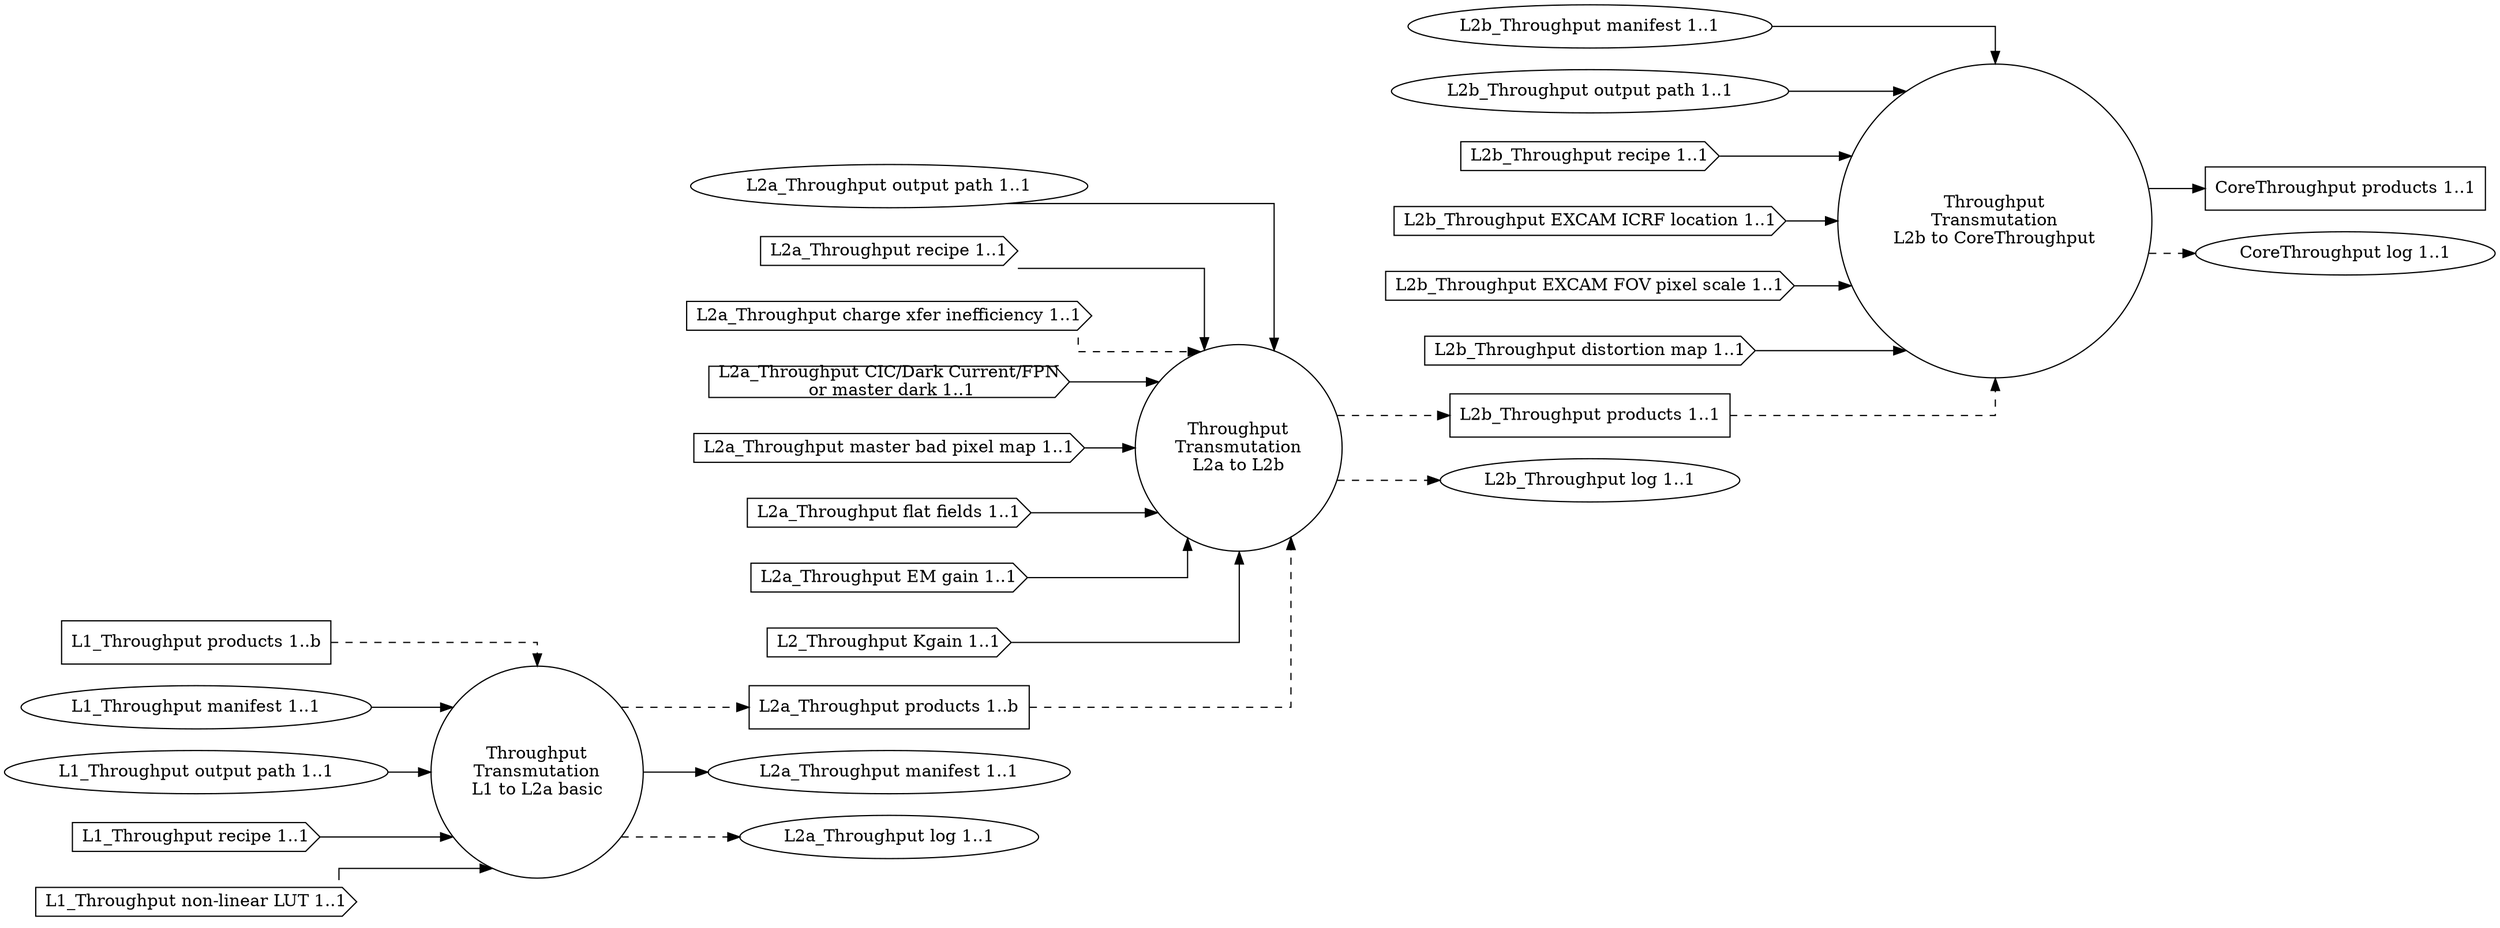
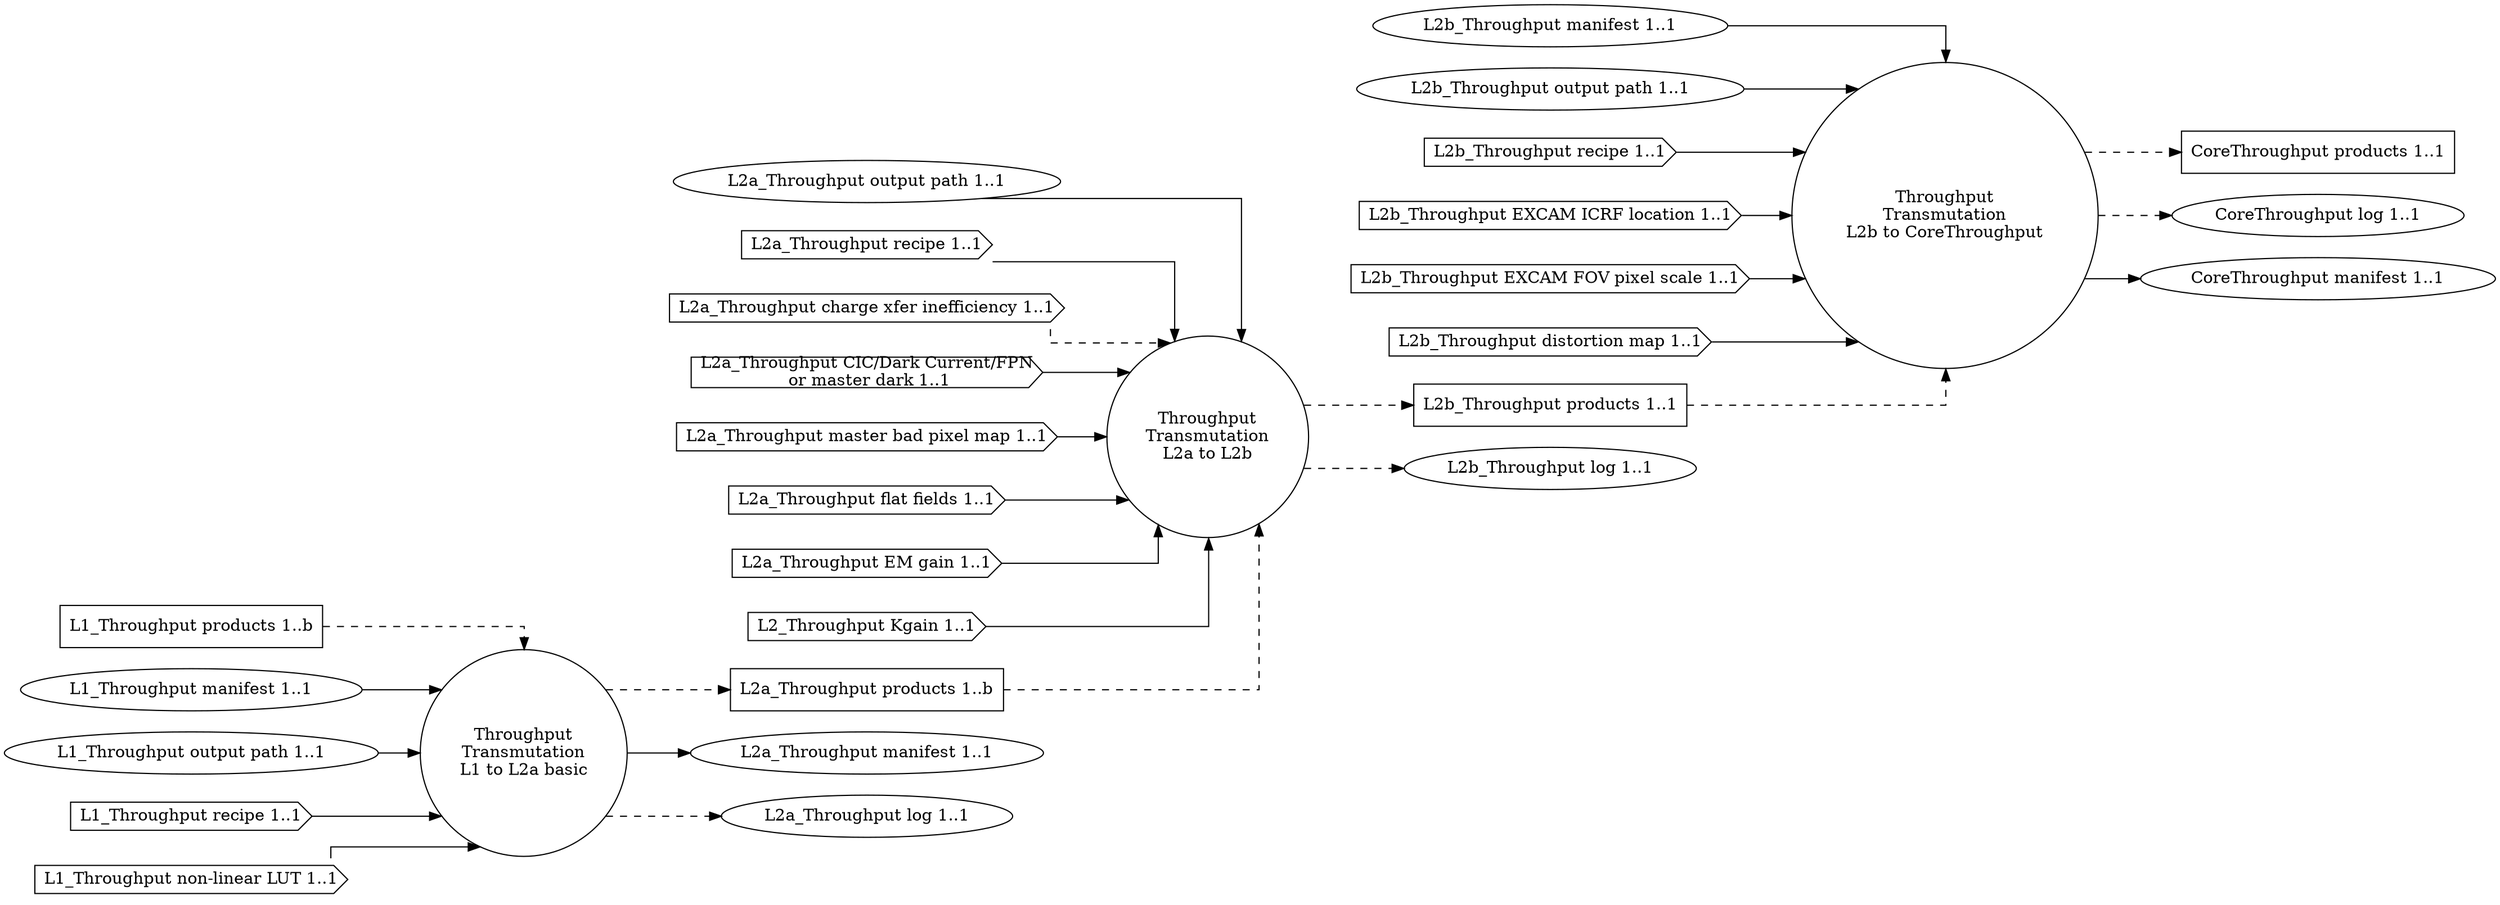
digraph Throughput
{
  graph [splines="ortho", rankdir=LR];

  trans_tp_l1_l2a_basic [label="Throughput\nTransmutation\nL1 to L2a basic", shape="circle"];
  trans_tp_l2a_l2b [label="Throughput\nTransmutation\nL2a to L2b", shape="circle"];
  trans_tp_l2b_ctp [label="Throughput\nTransmutation\nL2b to CoreThroughput", shape="circle"];

  l1_tp_prod [label="L1_Throughput products 1..b", shape="rectangle"];
  l1_tp_man [label="L1_Throughput manifest 1..1", shape="ellipse"];
  l1_tp_odir [label="L1_Throughput output path 1..1", shape="ellipse"];
  l1_tp_rec [label="L1_Throughput recipe 1..1", shape="cds"];
  l1_tp_nllut [label="L1_Throughput non-linear LUT 1..1", shape="cds"];

  l2a_tp_prod [label="L2a_Throughput products 1..b", shape="rectangle"];
  l2a_tp_man [label="L2a_Throughput manifest 1..1", shape="ellipse"];
  l2a_tp_odir [label="L2a_Throughput output path 1..1", shape="ellipse"];
  l2a_tp_rec [label="L2a_Throughput recipe 1..1", shape="cds"];
  l2a_tp_cti [label="L2a_Throughput charge xfer inefficiency 1..1", shape="cds"];
  l2a_tp_dnb [label="L2a_Throughput CIC/Dark Current/FPN\n or master dark 1..1", shape="cds"];
  l2a_tp_mbpm [label="L2a_Throughput master bad pixel map 1..1", shape="cds"];
  l2a_tp_ff [label="L2a_Throughput flat fields 1..1", shape="cds"];
  l2a_tp_emg [label="L2a_Throughput EM gain 1..1", shape="cds"];
  l2a_tp_kgain [label="L2_Throughput Kgain 1..1", shape="cds"];
  l2a_tp_log [label="L2a_Throughput log 1..1", shape="ellipse"];

  l2b_tp_prod [label="L2b_Throughput products 1..1", shape="rectangle"];
  l2b_tp_man [label="L2b_Throughput manifest 1..1", shape="ellipse"];
  l2b_tp_odir [label="L2b_Throughput output path 1..1", shape="ellipse"];
  l2b_tp_rec [label="L2b_Throughput recipe 1..1", shape="cds"];
  l2b_tp_excicrf [label="L2b_Throughput EXCAM ICRF location 1..1", shape="cds"];
  l2b_tp_excfovps [label="L2b_Throughput EXCAM FOV pixel scale 1..1", shape="cds"];
  l2b_tp_distm [label="L2b_Throughput distortion map 1..1", shape="cds"];
  l2b_tp_log [label="L2b_Throughput log 1..1", shape="ellipse"];

  ctp_prod [label="CoreThroughput products 1..1", shape="rectangle"];
  ctp_log [label="CoreThroughput log 1..1", shape="ellipse"];
+   ctp_man [label="CoreThroughput manifest 1..1", shape="ellipse"];

  l1_tp_prod -> trans_tp_l1_l2a_basic [style="dashed"];
  l1_tp_man -> trans_tp_l1_l2a_basic;
  l1_tp_odir -> trans_tp_l1_l2a_basic;
  l1_tp_rec -> trans_tp_l1_l2a_basic;
  l1_tp_nllut -> trans_tp_l1_l2a_basic;

  trans_tp_l1_l2a_basic -> l2a_tp_prod [style="dashed"];
  trans_tp_l1_l2a_basic -> l2a_tp_man;
  trans_tp_l1_l2a_basic -> l2a_tp_log [style="dashed"];

  l2a_tp_prod -> trans_tp_l2a_l2b [style="dashed"];
  l2a_tp_kgain -> trans_tp_l2a_l2b;
  l2a_tp_odir -> trans_tp_l2a_l2b;
  l2a_tp_rec -> trans_tp_l2a_l2b;
  l2a_tp_cti -> trans_tp_l2a_l2b [style="dashed"];
  l2a_tp_dnb -> trans_tp_l2a_l2b;
  l2a_tp_mbpm -> trans_tp_l2a_l2b;
  l2a_tp_ff -> trans_tp_l2a_l2b;
  l2a_tp_emg -> trans_tp_l2a_l2b;

  trans_tp_l2a_l2b -> l2b_tp_prod [style="dashed"];
  trans_tp_l2a_l2b -> l2b_tp_log [style="dashed"];

  l2b_tp_prod -> trans_tp_l2b_ctp [style="dashed"];
  l2b_tp_man -> trans_tp_l2b_ctp;
  l2b_tp_odir -> trans_tp_l2b_ctp;
  l2b_tp_rec -> trans_tp_l2b_ctp;
  l2b_tp_excicrf -> trans_tp_l2b_ctp;
  l2b_tp_excfovps -> trans_tp_l2b_ctp;
  l2b_tp_distm -> trans_tp_l2b_ctp;
-   trans_tp_l2b_ctp -> ctp_prod;
+   trans_tp_l2b_ctp -> ctp_prod [style="dashed"];
  trans_tp_l2b_ctp -> ctp_log [style="dashed"];
- 
+   trans_tp_l2b_ctp -> ctp_man;
}
